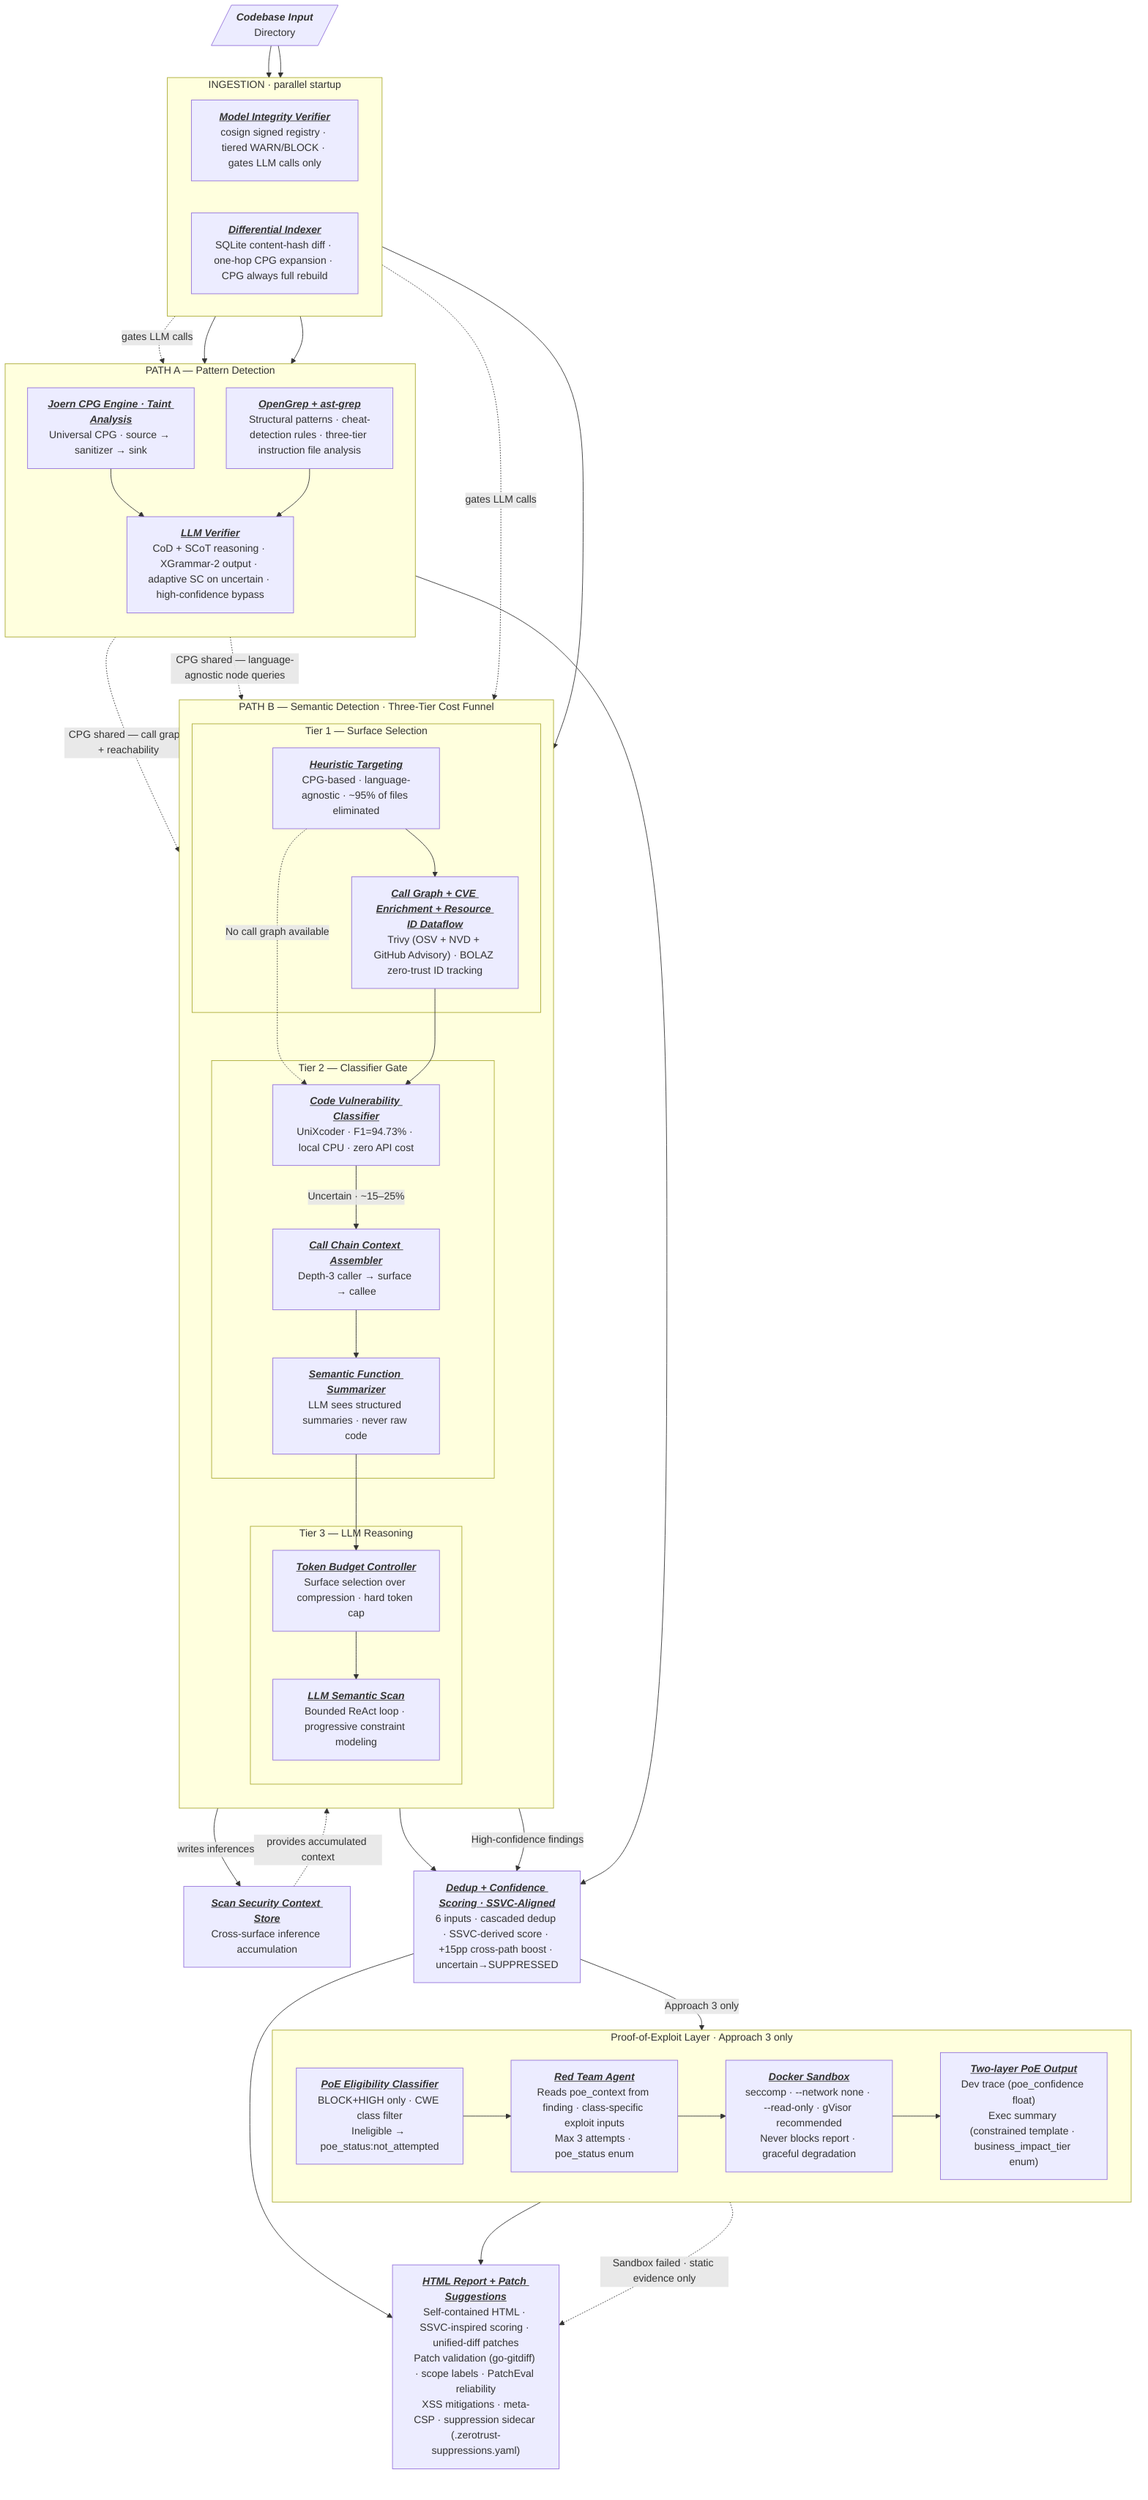
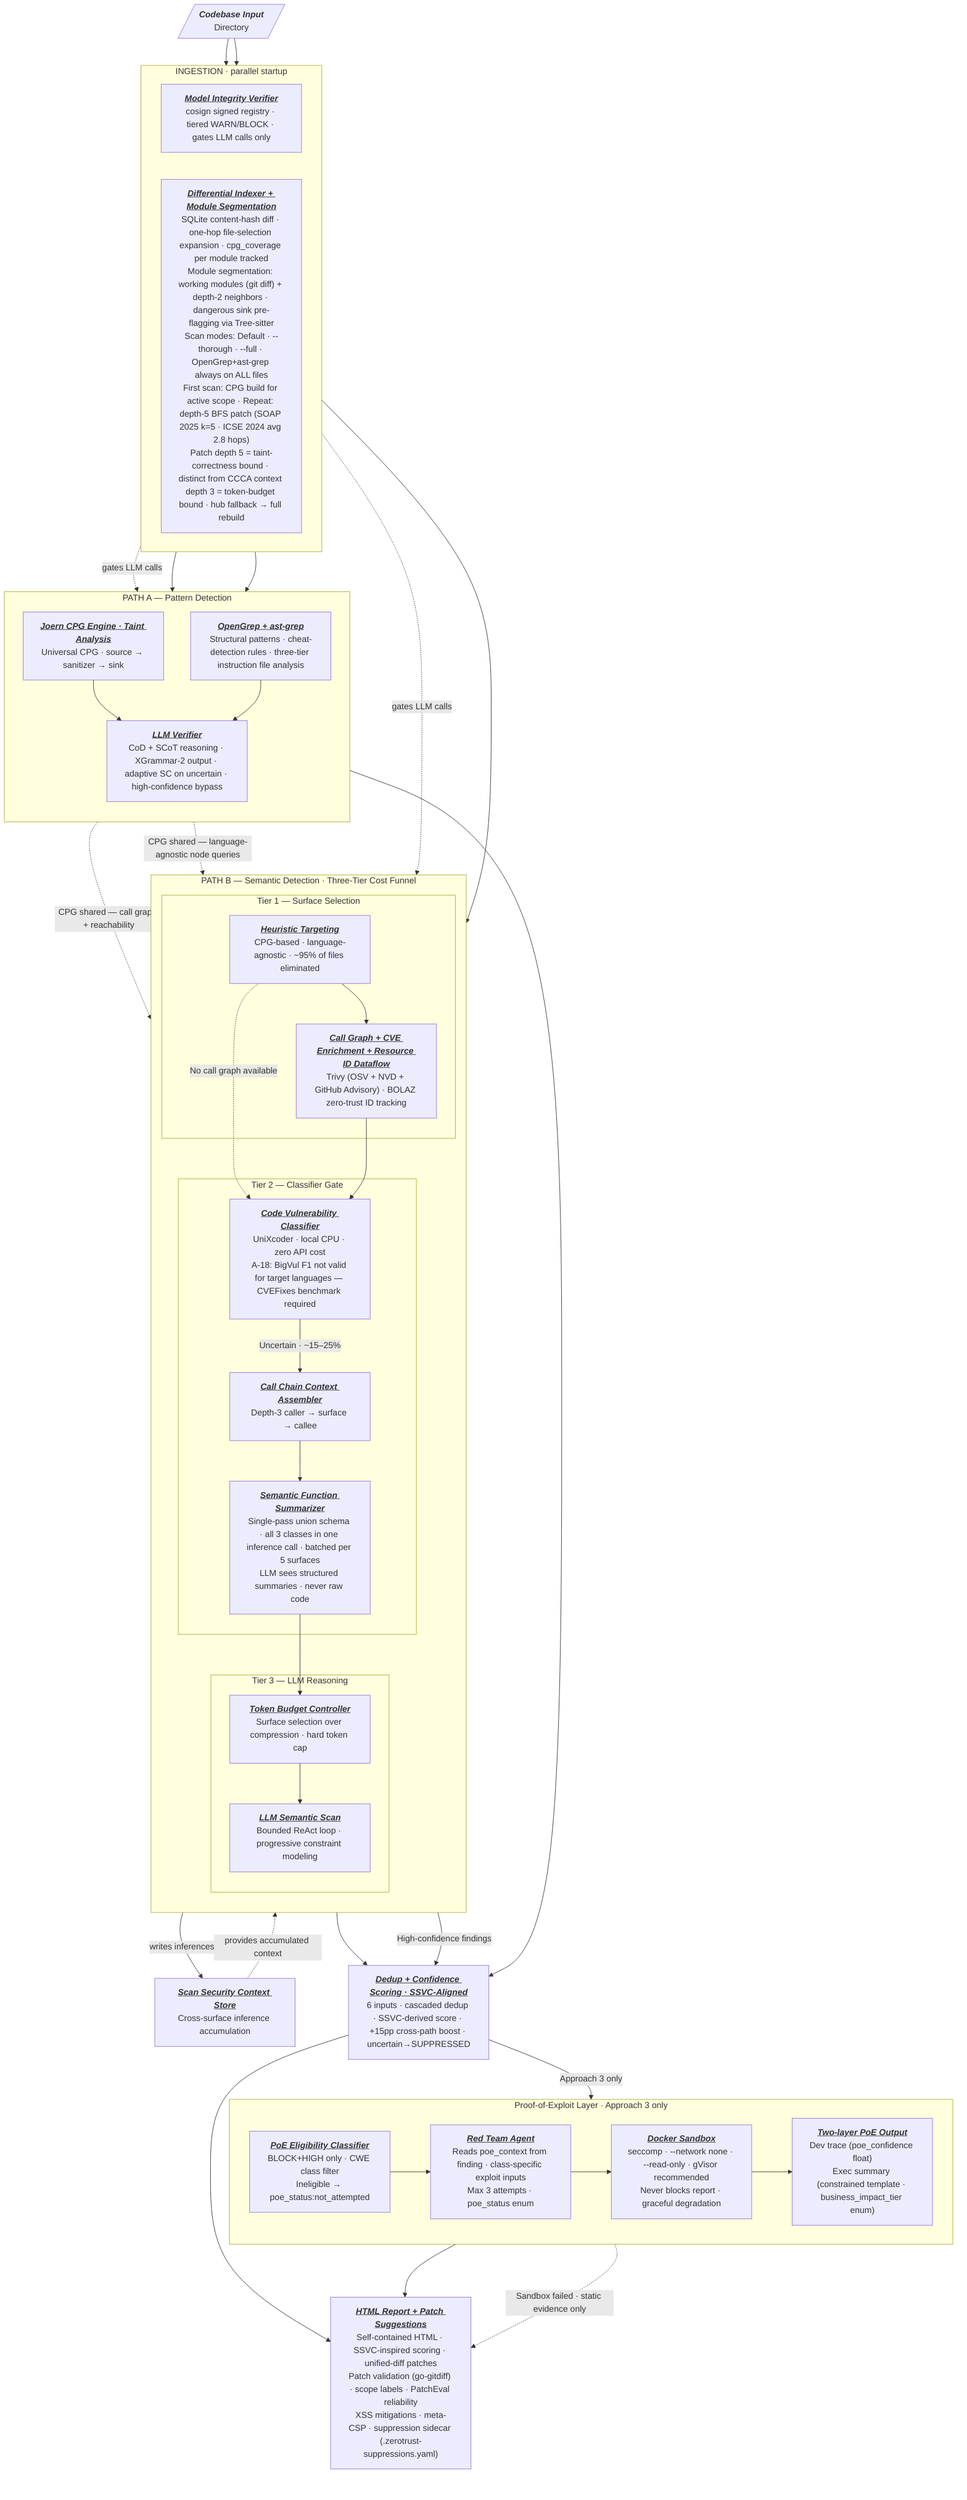
graph TD
    Input[/"<b><i>Codebase Input</i></b>\nDirectory"/]

    subgraph INGEST["INGESTION · parallel startup"]
        direction LR
        MIV["<b><i><u>Model Integrity Verifier</u></i></b>\ncosign signed registry · tiered WARN/BLOCK · gates LLM calls only"]
-         DI["<b><i><u>Differential Indexer</u></i></b>\nSQLite content-hash diff · one-hop CPG expansion · CPG always full rebuild"]
+         DI["<b><i><u>Differential Indexer + Module Segmentation</u></i></b>\nSQLite content-hash diff · one-hop file-selection expansion · cpg_coverage per module tracked\nModule segmentation: working modules (git diff) + depth-2 neighbors · dangerous sink pre-flagging via Tree-sitter\nScan modes: Default · --thorough · --full · OpenGrep+ast-grep always on ALL files\nFirst scan: CPG build for active scope · Repeat: depth-5 BFS patch (SOAP 2025 k=5 · ICSE 2024 avg 2.8 hops)\nPatch depth 5 = taint-correctness bound · distinct from CCCA context depth 3 = token-budget bound · hub fallback → full rebuild"]
    end

    subgraph PA["PATH A — Pattern Detection"]
        direction TB
        PA_SG["<b><i><u>OpenGrep + ast-grep</u></i></b>\nStructural patterns · cheat-detection rules · three-tier instruction file analysis"]
        PA_CQ["<b><i><u>Joern CPG Engine · Taint Analysis</u></i></b>\nUniversal CPG · source → sanitizer → sink"]
        PA_LV["<b><i><u>LLM Verifier</u></i></b>\nCoD + SCoT reasoning · XGrammar-2 output · adaptive SC on uncertain · high-confidence bypass"]
        PA_CQ --> PA_LV
    end

    subgraph PB["PATH B — Semantic Detection · Three-Tier Cost Funnel"]
        direction TB

        subgraph T1["Tier 1 — Surface Selection"]
            PB_HT["<b><i><u>Heuristic Targeting</u></i></b>\nCPG-based · language-agnostic · ~95% of files eliminated"]
            PB_CG["<b><i><u>Call Graph + CVE Enrichment + Resource ID Dataflow</u></i></b>\nTrivy (OSV + NVD + GitHub Advisory) · BOLAZ zero-trust ID tracking"]
        end

        subgraph T2["Tier 2 — Classifier Gate"]
-             PB_CC["<b><i><u>Code Vulnerability Classifier</u></i></b>\nUniXcoder · F1=94.73% · local CPU · zero API cost"]
+             PB_CC["<b><i><u>Code Vulnerability Classifier</u></i></b>\nUniXcoder · local CPU · zero API cost\nA-18: BigVul F1 not valid for target languages — CVEFixes benchmark required"]
            PB_CCCA["<b><i><u>Call Chain Context Assembler</u></i></b>\nDepth-3 caller → surface → callee"]
-             PB_SFS["<b><i><u>Semantic Function Summarizer</u></i></b>\nLLM sees structured summaries · never raw code"]
+             PB_SFS["<b><i><u>Semantic Function Summarizer</u></i></b>\nSingle-pass union schema · all 3 classes in one inference call · batched per 5 surfaces\nLLM sees structured summaries · never raw code"]
        end

        subgraph T3["Tier 3 — LLM Reasoning"]
            PB_TB["<b><i><u>Token Budget Controller</u></i></b>\nSurface selection over compression · hard token cap"]
            PB_LS["<b><i><u>LLM Semantic Scan</u></i></b>\nBounded ReAct loop · progressive constraint modeling"]
        end

        PB_CC -->|"Uncertain · ~15–25%"| PB_CCCA
        PB_CCCA --> PB_SFS
        PB_SFS --> PB_TB
        PB_TB --> PB_LS
        PB_HT -.->|"No call graph available"| PB_CC
        PB_HT --> PB_CG
        PB_CG --> PB_CC
    end

    Input --> MIV
    Input --> DI
    MIV -.->|"gates LLM calls"| PA_LV
    MIV -.->|"gates LLM calls"| PB_LS
    DI --> PA_SG
    DI --> PA_CQ
    DI --> PB_HT

    PA_CQ -.->|"CPG shared — call graph + reachability"| PB_CG
    PA_CQ -.->|"CPG shared — language-agnostic node queries"| PB_HT

    SCS["<b><i><u>Scan Security Context Store</u></i></b>\nCross-surface inference accumulation"]
    PB_LS -->|"writes inferences"| SCS
    SCS -.->|"provides accumulated context"| PB_LS

    PA_SG --> PA_LV
    PB_LS --> Dedup
    PB_CC -->|"High-confidence findings"| Dedup
    PA_LV --> Dedup

    Dedup["<b><i><u>Dedup + Confidence Scoring · SSVC-Aligned</u></i></b>\n6 inputs · cascaded dedup · SSVC-derived score · +15pp cross-path boost · uncertain→SUPPRESSED"]

    subgraph PoE["Proof-of-Exploit Layer · Approach 3 only"]
        direction LR
        PoE_EC["<b><i><u>PoE Eligibility Classifier</u></i></b>\nBLOCK+HIGH only · CWE class filter\nIneligible → poe_status:not_attempted"]
        RTA["<b><i><u>Red Team Agent</u></i></b>\nReads poe_context from finding · class-specific exploit inputs\nMax 3 attempts · poe_status enum"]
        DS["<b><i><u>Docker Sandbox</u></i></b>\nseccomp · --network none · --read-only · gVisor recommended\nNever blocks report · graceful degradation"]
        PoEDoc["<b><i><u>Two-layer PoE Output</u></i></b>\nDev trace (poe_confidence float)\nExec summary (constrained template · business_impact_tier enum)"]
        PoE_EC --> RTA --> DS --> PoEDoc
    end

    Dedup -->|"Approach 3 only"| PoE_EC
    Dedup --> FinalReport
    PoEDoc --> FinalReport
    DS -.->|"Sandbox failed · static evidence only"| FinalReport

    FinalReport["<b><i><u>HTML Report + Patch Suggestions</u></i></b>\nSelf-contained HTML · SSVC-inspired scoring · unified-diff patches\nPatch validation (go-gitdiff) · scope labels · PatchEval reliability\nXSS mitigations · meta-CSP · suppression sidecar (.zerotrust-suppressions.yaml)"]
